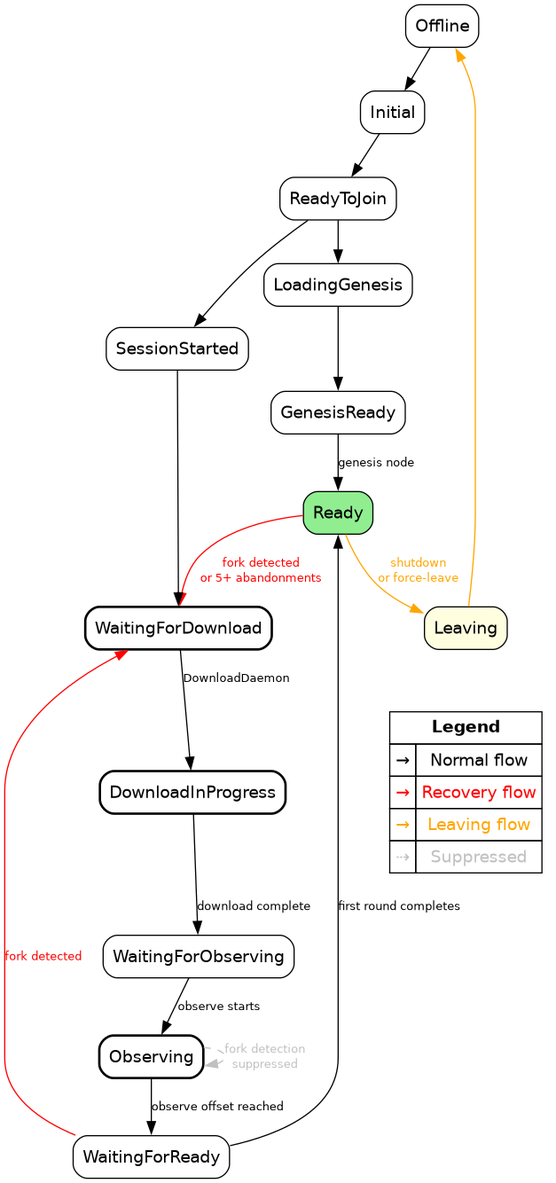
Before: docs/consensus/diagrams/node-state-machine.png, a diagram exported from Graphviz (Constellation-Labs/tessellation). Its source is kept beside it as docs/consensus/diagrams/node-state-machine.dot.
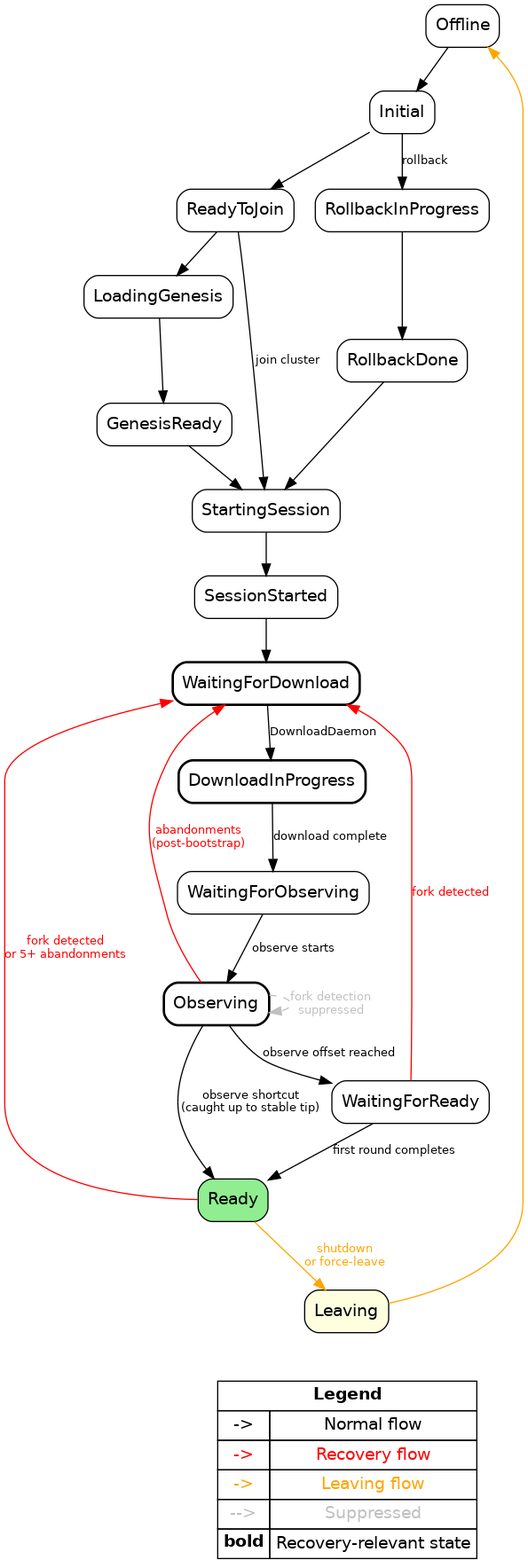
The same file after the commit.

What changed in the source:
```diff
@@ -9,6 +9,10 @@
     ReadyToJoin [label="ReadyToJoin"];
     LoadingGenesis [label="LoadingGenesis"];
     GenesisReady [label="GenesisReady"];
+    RollbackInProgress [label="RollbackInProgress"];
+    RollbackDone [label="RollbackDone"];
+    StartingSession [label="StartingSession"];
+    SessionStarted [label="SessionStarted"];
     WaitingForDownload [label="WaitingForDownload", style="rounded,bold"];
     DownloadInProgress [label="DownloadInProgress", style="rounded,bold"];
     WaitingForObserving [label="WaitingForObserving"];
@@ -16,23 +20,32 @@
     WaitingForReady [label="WaitingForReady"];
     Ready [label="Ready", style="rounded,filled", fillcolor="lightgreen"];
     Leaving [label="Leaving", fillcolor="lightyellow", style="rounded,filled"];
-    SessionStarted [label="SessionStarted"];
 
     Offline -> Initial;
     Initial -> ReadyToJoin;
+
     ReadyToJoin -> LoadingGenesis;
     LoadingGenesis -> GenesisReady;
-    GenesisReady -> Ready [label="genesis node"];
-    ReadyToJoin -> SessionStarted;
+
+    Initial -> RollbackInProgress [label="rollback"];
+    RollbackInProgress -> RollbackDone;
+
+    GenesisReady -> StartingSession;
+    RollbackDone -> StartingSession;
+    ReadyToJoin -> StartingSession [label="join cluster"];
+    StartingSession -> SessionStarted;
+
     SessionStarted -> WaitingForDownload;
     WaitingForDownload -> DownloadInProgress [label="DownloadDaemon"];
     DownloadInProgress -> WaitingForObserving [label="download complete"];
     WaitingForObserving -> Observing [label="observe starts"];
     Observing -> WaitingForReady [label="observe offset reached"];
     WaitingForReady -> Ready [label="first round completes"];
+    Observing -> Ready [label="observe shortcut\n(caught up to stable tip)"];
 
     Ready -> WaitingForDownload [label="fork detected\nor 5+ abandonments", color="red", fontcolor="red"];
     WaitingForReady -> WaitingForDownload [label="fork detected", color="red", fontcolor="red"];
+    Observing -> WaitingForDownload [label="abandonments\n(post-bootstrap)", color="red", fontcolor="red"];
 
     Ready -> Leaving [label="shutdown\nor force-leave", color="orange", fontcolor="orange"];
     Leaving -> Offline [color="orange"];
@@ -42,10 +55,11 @@
     Legend [shape=plaintext, label=<
         <TABLE BORDER="0" CELLBORDER="1" CELLSPACING="0" CELLPADDING="4">
         <TR><TD COLSPAN="2"><B>Legend</B></TD></TR>
-        <TR><TD>→</TD><TD>Normal flow</TD></TR>
-        <TR><TD><FONT COLOR="red">→</FONT></TD><TD><FONT COLOR="red">Recovery flow</FONT></TD></TR>
-        <TR><TD><FONT COLOR="orange">→</FONT></TD><TD><FONT COLOR="orange">Leaving flow</FONT></TD></TR>
-        <TR><TD><FONT COLOR="gray">⇢</FONT></TD><TD><FONT COLOR="gray">Suppressed</FONT></TD></TR>
+        <TR><TD>-&gt;</TD><TD>Normal flow</TD></TR>
+        <TR><TD><FONT COLOR="red">-&gt;</FONT></TD><TD><FONT COLOR="red">Recovery flow</FONT></TD></TR>
+        <TR><TD><FONT COLOR="orange">-&gt;</FONT></TD><TD><FONT COLOR="orange">Leaving flow</FONT></TD></TR>
+        <TR><TD><FONT COLOR="gray">--&gt;</FONT></TD><TD><FONT COLOR="gray">Suppressed</FONT></TD></TR>
+        <TR><TD><B>bold</B></TD><TD>Recovery-relevant state</TD></TR>
         </TABLE>
     >];
 
```
